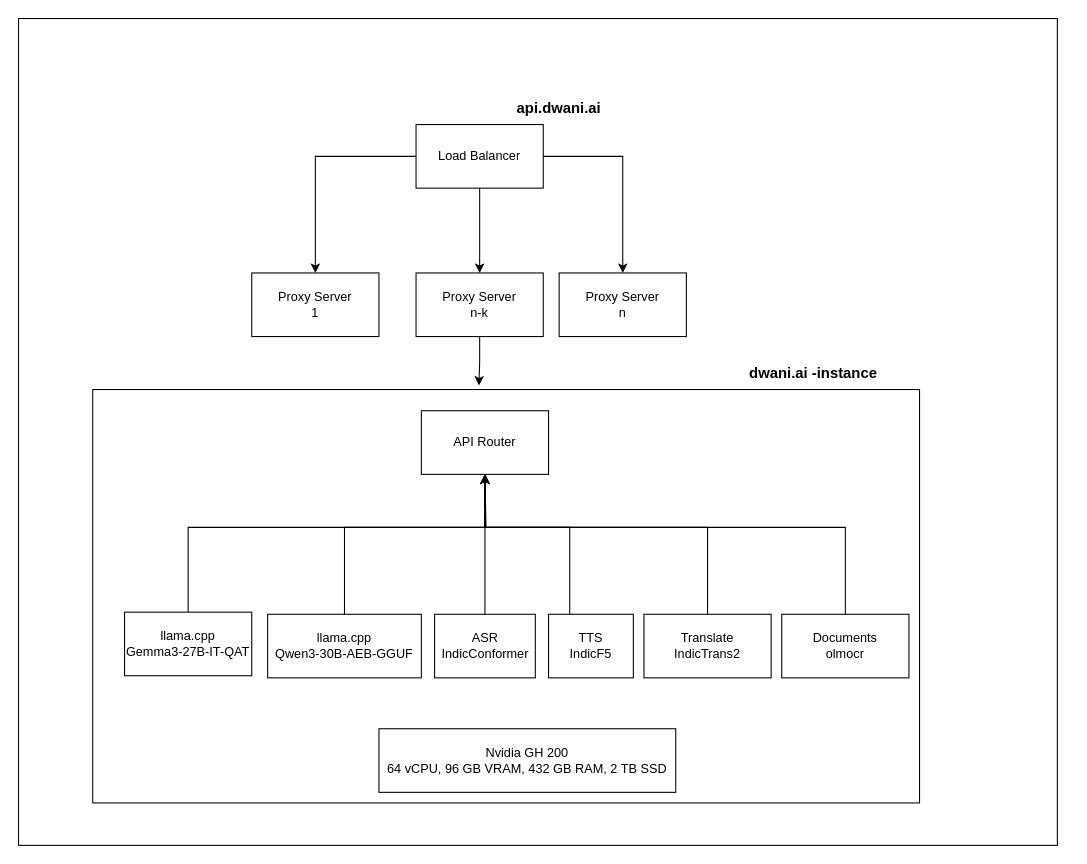
The draw.io diagram images/dwani-inference.drawio in dwani-ai/docs, before the edit. Source tidied: cells renumbered, new cells numbered last; positions are measured from the earlier drawing's top-left corner, leaving out a move shared by most shapes. Both pictures are drawn from the tidied source at 106%, with x=0, y=0 at pixel (18, 18).
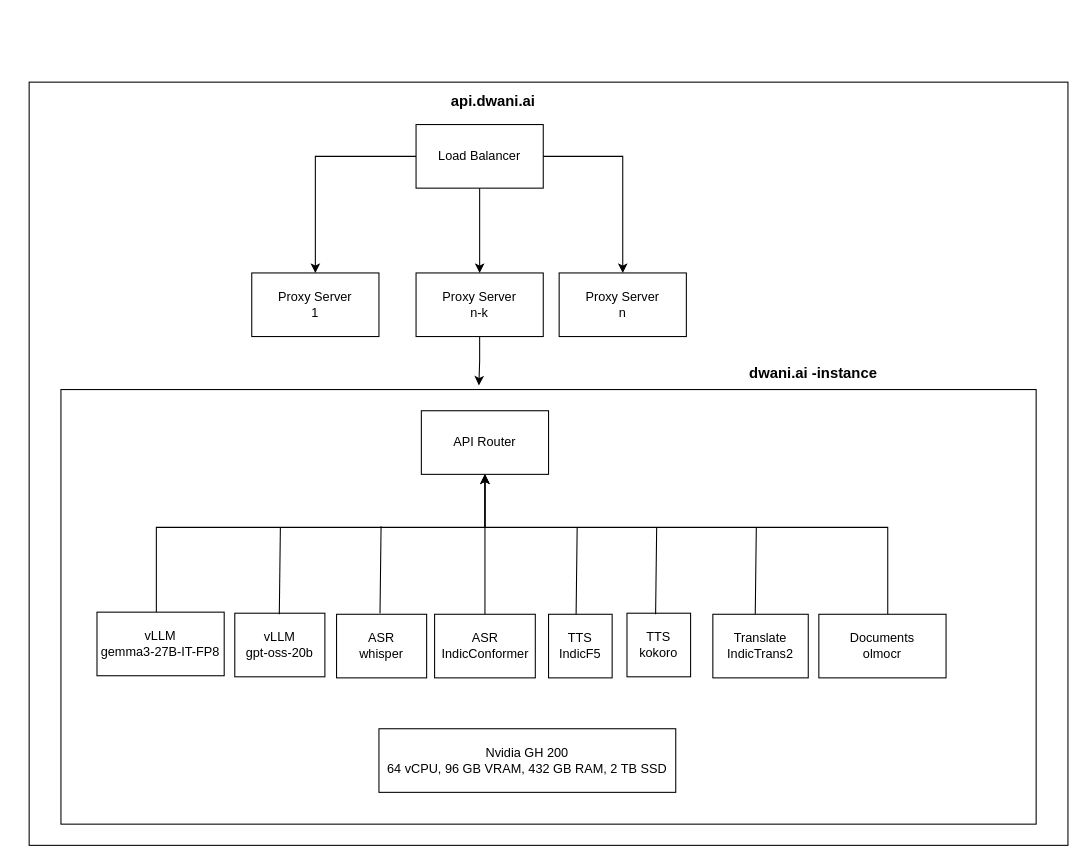
Above is the later version.

Unchanged cells that the change refers to:
```xml
<mxCell id="16" value="API Router" style="rounded=0;whiteSpace=wrap;html=1;" parent="1" vertex="1">
  <mxGeometry x="380" y="370" width="120" height="60" as="geometry" />
</mxCell>
<mxCell id="18" value="&lt;div&gt;Proxy Server&lt;/div&gt;&lt;div&gt;n-k&lt;/div&gt;" style="rounded=0;whiteSpace=wrap;html=1;" parent="1" vertex="1">
  <mxGeometry x="375" y="240" width="120" height="60" as="geometry" />
</mxCell>
```

What changed in the source:
```diff
@@
     <mxCell id="3" style="edgeStyle=orthogonalEdgeStyle;rounded=0;jettySize=auto;html=1;entryX=0.5;entryY=1;entryDx=0;entryDy=0;" parent="1" edge="1" source="4" target="16">
       <mxGeometry relative="1" as="geometry">
         <Array as="points">
-          <mxPoint x="160" y="480" />
+          <mxPoint x="130" y="480" />
           <mxPoint x="440" y="480" />
         </Array>
       </mxGeometry>
     </mxCell>
-    <mxCell id="4" value="&lt;div&gt;llama.cpp&lt;/div&gt;&lt;div&gt;Gemma3-27B-IT-QAT&lt;/div&gt;" style="rounded=0;whiteSpace=wrap;html=1;" parent="1" vertex="1">
-      <mxGeometry x="100" y="560" width="120" height="60" as="geometry" />
+    <mxCell id="4" value="&lt;div&gt;vLLM&lt;/div&gt;&lt;div&gt;gemma3-27B-IT-FP8&lt;/div&gt;" style="rounded=0;whiteSpace=wrap;html=1;" parent="1" vertex="1">
+      <mxGeometry x="74" y="560" width="120" height="60" as="geometry" />
     </mxCell>
-    <mxCell id="5" style="edgeStyle=orthogonalEdgeStyle;rounded=0;jettySize=auto;html=1;entryX=0.5;entryY=1;entryDx=0;entryDy=0;" parent="1" edge="1" source="6" target="16">
-      <mxGeometry relative="1" as="geometry">
-        <Array as="points">
-          <mxPoint x="308" y="480" />
-          <mxPoint x="440" y="480" />
-        </Array>
-      </mxGeometry>
-    </mxCell>
-    <mxCell id="6" value="&lt;div&gt;llama.cpp&lt;/div&gt;&lt;div&gt;Qwen3-30B-AEB-GGUF&lt;/div&gt;" style="rounded=0;whiteSpace=wrap;html=1;" parent="1" vertex="1">
-      <mxGeometry x="235" y="562" width="145" height="60" as="geometry" />
+    <mxCell id="6" value="&lt;div&gt;ASR&lt;/div&gt;&lt;div&gt;whisper&lt;/div&gt;" style="rounded=0;whiteSpace=wrap;html=1;" parent="1" vertex="1">
+      <mxGeometry x="300" y="562" width="85" height="60" as="geometry" />
     </mxCell>
@@
-    <mxCell id="9" style="edgeStyle=orthogonalEdgeStyle;rounded=0;jettySize=auto;html=1;" parent="1" edge="1" source="10">
-      <mxGeometry relative="1" as="geometry">
-        <mxPoint x="440" y="430" as="targetPoint" />
-        <Array as="points">
-          <mxPoint x="520" y="480" />
-          <mxPoint x="441" y="480" />
-        </Array>
-      </mxGeometry>
-    </mxCell>
     <mxCell id="10" value="&lt;div&gt;TTS&lt;/div&gt;&lt;div&gt;IndicF5&lt;/div&gt;" style="rounded=0;whiteSpace=wrap;html=1;" parent="1" vertex="1">
-      <mxGeometry x="500" y="562" width="80" height="60" as="geometry" />
+      <mxGeometry x="500" y="562" width="60" height="60" as="geometry" />
     </mxCell>
-    <mxCell id="11" style="edgeStyle=orthogonalEdgeStyle;rounded=0;jettySize=auto;html=1;entryX=0.5;entryY=1;entryDx=0;entryDy=0;" parent="1" edge="1" source="12" target="16">
-      <mxGeometry relative="1" as="geometry">
-        <Array as="points">
-          <mxPoint x="650" y="480" />
-          <mxPoint x="440" y="480" />
-        </Array>
-      </mxGeometry>
-    </mxCell>
     <mxCell id="12" value="&lt;div&gt;Translate&lt;/div&gt;&lt;div&gt;IndicTrans2&lt;/div&gt;" style="rounded=0;whiteSpace=wrap;html=1;" parent="1" vertex="1">
-      <mxGeometry x="590" y="562" width="120" height="60" as="geometry" />
+      <mxGeometry x="655" y="562" width="90" height="60" as="geometry" />
     </mxCell>
     <mxCell id="13" style="edgeStyle=orthogonalEdgeStyle;rounded=0;jettySize=auto;html=1;entryX=0.5;entryY=1;entryDx=0;entryDy=0;" parent="1" edge="1" source="14" target="16">
       <mxGeometry relative="1" as="geometry">
         <Array as="points">
-          <mxPoint x="780" y="480" />
+          <mxPoint x="820" y="480" />
           <mxPoint x="440" y="480" />
         </Array>
       </mxGeometry>
     </mxCell>
     <mxCell id="14" value="&lt;div&gt;Documents&lt;/div&gt;&lt;div&gt;olmocr&lt;/div&gt;" style="rounded=0;whiteSpace=wrap;html=1;" parent="1" vertex="1">
-      <mxGeometry x="720" y="562" width="120" height="60" as="geometry" />
+      <mxGeometry x="755" y="562" width="120" height="60" as="geometry" />
     </mxCell>
@@
-    <mxCell id="17" style="rounded=0;whiteSpace=wrap;html=1;fillColor=none;" parent="1" vertex="1">
-      <mxGeometry x="70" y="350" width="780" height="390" as="geometry" />
-    </mxCell>
@@
-    <mxCell id="21" style="edgeStyle=orthogonalEdgeStyle;rounded=0;jettySize=auto;html=1;entryX=0.467;entryY=-0.01;entryDx=0;entryDy=0;entryPerimeter=0;" parent="1" edge="1" source="18" target="17">
-      <mxGeometry relative="1" as="geometry" />
+    <mxCell id="21" style="edgeStyle=orthogonalEdgeStyle;rounded=0;jettySize=auto;html=1;entryX=0.467;entryY=-0.01;entryDx=0;entryDy=0;entryPerimeter=0;" parent="1" edge="1" source="18">
+      <mxGeometry relative="1" as="geometry">
+        <mxPoint x="434.3" y="346.1" as="targetPoint" />
+      </mxGeometry>
     </mxCell>
@@
     <mxCell id="26" value="&lt;font style=&quot;font-size: 14px;&quot;&gt;&lt;b&gt;api.dwani.ai&lt;/b&gt;&lt;/font&gt;" style="text;html=1;align=center;verticalAlign=middle;whiteSpace=wrap;rounded=0;" parent="1" vertex="1">
-      <mxGeometry x="480" y="70" width="60" height="30" as="geometry" />
+      <mxGeometry x="418" y="63" width="60" height="30" as="geometry" />
     </mxCell>
-    <mxCell id="27" style="rounded=0;whiteSpace=wrap;html=1;fillColor=none;" parent="1" vertex="1">
-      <mxGeometry width="980" height="780" as="geometry" />
-    </mxCell>
+    <mxCell id="28" value="&lt;div&gt;vLLM&lt;/div&gt;&lt;div&gt;gpt-oss-20b&lt;/div&gt;" style="rounded=0;whiteSpace=wrap;html=1;" parent="1" vertex="1">
+      <mxGeometry x="204" y="561" width="85" height="60" as="geometry" />
+    </mxCell>
+    <mxCell id="29" value="&lt;div&gt;TTS&lt;/div&gt;&lt;div&gt;kokoro&lt;/div&gt;" style="rounded=0;whiteSpace=wrap;html=1;" parent="1" vertex="1">
+      <mxGeometry x="574" y="561" width="60" height="60" as="geometry" />
+    </mxCell>
+    <mxCell id="30" style="endArrow=none;html=1;rounded=0;" parent="1" edge="1">
+      <mxGeometry relative="1" as="geometry">
+        <mxPoint x="246" y="562" as="sourcePoint" />
+        <mxPoint x="247" y="480" as="targetPoint" />
+      </mxGeometry>
+    </mxCell>
+    <mxCell id="31" style="endArrow=none;html=1;rounded=0;" parent="1" edge="1">
+      <mxGeometry relative="1" as="geometry">
+        <mxPoint x="341" y="561" as="sourcePoint" />
+        <mxPoint x="342" y="479" as="targetPoint" />
+      </mxGeometry>
+    </mxCell>
+    <mxCell id="32" style="endArrow=none;html=1;rounded=0;" parent="1" edge="1">
+      <mxGeometry relative="1" as="geometry">
+        <mxPoint x="526" y="562" as="sourcePoint" />
+        <mxPoint x="527" y="480" as="targetPoint" />
+      </mxGeometry>
+    </mxCell>
+    <mxCell id="33" style="endArrow=none;html=1;rounded=0;" parent="1" edge="1">
+      <mxGeometry relative="1" as="geometry">
+        <mxPoint x="601" y="562" as="sourcePoint" />
+        <mxPoint x="602" y="480" as="targetPoint" />
+      </mxGeometry>
+    </mxCell>
+    <mxCell id="34" style="endArrow=none;html=1;rounded=0;" parent="1" edge="1">
+      <mxGeometry relative="1" as="geometry">
+        <mxPoint x="695" y="562" as="sourcePoint" />
+        <mxPoint x="696" y="480" as="targetPoint" />
+      </mxGeometry>
+    </mxCell>
+    <mxCell id="35" style="rounded=0;whiteSpace=wrap;html=1;glass=0;fillColor=none;" parent="1" vertex="1">
+      <mxGeometry x="40" y="350" width="920" height="410" as="geometry" />
+    </mxCell>
+    <mxCell id="36" style="rounded=0;whiteSpace=wrap;html=1;fillColor=none;" parent="1" vertex="1">
+      <mxGeometry x="10" y="60" width="980" height="720" as="geometry" />
+    </mxCell>
```
